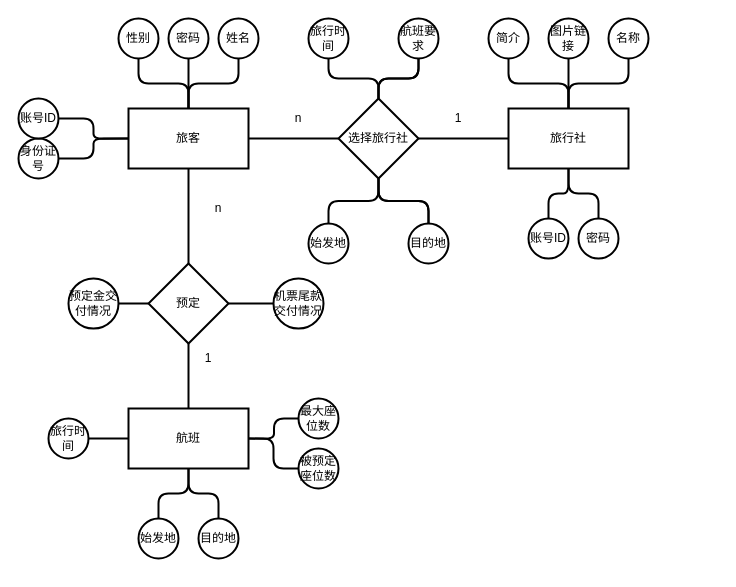
This is 第二次实验/ER图.drawio from fy-1223/FlightTicketSystem, a draw.io file, before an edit. Source tidied: cells renumbered, new cells numbered last; positions are measured from the earlier drawing's top-left corner, leaving out a move shared by most shapes. Both pictures are drawn from the tidied source at 100%, with x=0, y=0 at pixel (18, 18).
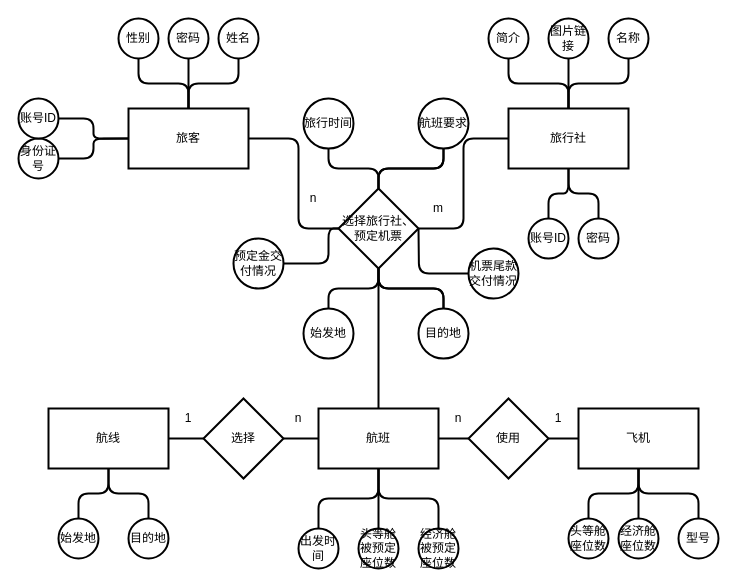
Above is the later version.

Commit message:
旅客、旅行社和航班绑定三元关系；增加航线、飞机实体

The change refers to these unchanged cells:
```xml
<mxCell id="4" value="旅客" style="rounded=0;whiteSpace=wrap;html=1;strokeWidth=2;" parent="1" vertex="1">
  <mxGeometry x="110" y="90" width="120" height="60" as="geometry" />
</mxCell>
```

Diff of the diagram source:
```diff
@@
     <mxCell id="2" style="edgeStyle=orthogonalEdgeStyle;rounded=1;jettySize=auto;html=1;entryX=0;entryY=0.5;entryDx=0;entryDy=0;endArrow=none;endFill=0;strokeWidth=2;" parent="1" edge="1" source="4" target="15">
       <mxGeometry relative="1" as="geometry">
         <Array as="points">
-          <mxPoint x="240" y="120" />
-          <mxPoint x="240" y="120" />
+          <mxPoint x="280" y="120" />
+          <mxPoint x="280" y="210" />
         </Array>
       </mxGeometry>
     </mxCell>
-    <mxCell id="3" style="edgeStyle=orthogonalEdgeStyle;rounded=1;jettySize=auto;html=1;entryX=0.5;entryY=0;entryDx=0;entryDy=0;endArrow=none;endFill=0;strokeWidth=2;" parent="1" edge="1" source="4" target="48">
-      <mxGeometry relative="1" as="geometry" />
-    </mxCell>
@@
+    <mxCell id="59" style="edgeStyle=orthogonalEdgeStyle;rounded=1;jettySize=auto;html=1;entryX=0.5;entryY=0;entryDx=0;entryDy=0;strokeWidth=2;endFill=0;endArrow=none;" parent="1" edge="1" source="7" target="70">
+      <mxGeometry relative="1" as="geometry" />
+    </mxCell>
+    <mxCell id="60" style="edgeStyle=orthogonalEdgeStyle;rounded=1;jettySize=auto;html=1;entryX=0;entryY=0.5;entryDx=0;entryDy=0;strokeWidth=2;endFill=0;endArrow=none;" parent="1" edge="1" source="7" target="73">
+      <mxGeometry relative="1" as="geometry" />
+    </mxCell>
     <mxCell id="7" value="航班" style="rounded=0;whiteSpace=wrap;html=1;strokeWidth=2;" parent="1" vertex="1">
-      <mxGeometry x="110" y="390" width="120" height="60" as="geometry" />
+      <mxGeometry x="300" y="390" width="120" height="60" as="geometry" />
     </mxCell>
@@
+    <mxCell id="61" style="edgeStyle=orthogonalEdgeStyle;rounded=1;jettySize=auto;html=1;entryX=0.5;entryY=0;entryDx=0;entryDy=0;strokeWidth=2;endFill=0;endArrow=none;" parent="1" edge="1" source="15" target="7">
+      <mxGeometry relative="1" as="geometry" />
+    </mxCell>
-    <mxCell id="15" value="选择旅行社" style="rhombus;whiteSpace=wrap;html=1;strokeWidth=2;" parent="1" vertex="1">
-      <mxGeometry x="320" y="80" width="80" height="80" as="geometry" />
+    <mxCell id="15" value="选择旅行社、&lt;br&gt;预定机票" style="rhombus;whiteSpace=wrap;html=1;strokeWidth=2;" parent="1" vertex="1">
+      <mxGeometry x="320" y="170" width="80" height="80" as="geometry" />
     </mxCell>
     <mxCell id="16" value="n" style="text;html=1;strokeColor=none;fillColor=none;align=center;verticalAlign=middle;whiteSpace=wrap;rounded=0;" parent="1" vertex="1">
-      <mxGeometry x="260" y="90" width="40" height="20" as="geometry" />
+      <mxGeometry x="275" y="170" width="40" height="20" as="geometry" />
     </mxCell>
-    <mxCell id="17" value="1" style="text;html=1;strokeColor=none;fillColor=none;align=center;verticalAlign=middle;whiteSpace=wrap;rounded=0;" parent="1" vertex="1">
-      <mxGeometry x="420" y="90" width="40" height="20" as="geometry" />
-    </mxCell>
@@
     <mxCell id="19" value="旅行时间" style="ellipse;whiteSpace=wrap;html=1;strokeWidth=2;" parent="1" vertex="1">
-      <mxGeometry x="290" width="40" height="40" as="geometry" />
+      <mxGeometry x="285" y="80" width="50" height="50" as="geometry" />
     </mxCell>
@@
     <mxCell id="22" value="始发地" style="ellipse;whiteSpace=wrap;html=1;strokeWidth=2;" parent="1" vertex="1">
-      <mxGeometry x="290" y="205" width="40" height="40" as="geometry" />
+      <mxGeometry x="285" y="290" width="50" height="50" as="geometry" />
     </mxCell>
@@
-    <mxCell id="25" style="edgeStyle=orthogonalEdgeStyle;rounded=1;jettySize=auto;html=1;entryX=0;entryY=0.5;entryDx=0;entryDy=0;endArrow=none;endFill=0;strokeWidth=2;" parent="1" edge="1" source="26" target="48">
-      <mxGeometry relative="1" as="geometry" />
-    </mxCell>
+    <mxCell id="62" style="edgeStyle=orthogonalEdgeStyle;rounded=1;jettySize=auto;html=1;strokeWidth=2;endFill=0;endArrow=none;" parent="1" edge="1" source="26" target="15">
+      <mxGeometry relative="1" as="geometry">
+        <Array as="points">
+          <mxPoint x="310" y="245" />
+          <mxPoint x="310" y="210" />
+        </Array>
+      </mxGeometry>
+    </mxCell>
     <mxCell id="26" value="预定金交付情况" style="ellipse;whiteSpace=wrap;html=1;strokeWidth=2;" parent="1" vertex="1">
-      <mxGeometry x="50" y="260" width="50" height="50" as="geometry" />
+      <mxGeometry x="215" y="220" width="50" height="50" as="geometry" />
     </mxCell>
@@
-    <mxCell id="28" style="edgeStyle=orthogonalEdgeStyle;rounded=1;jettySize=auto;html=1;entryX=1;entryY=0.5;entryDx=0;entryDy=0;endArrow=none;endFill=0;strokeWidth=2;" parent="1" edge="1" source="29" target="48">
-      <mxGeometry relative="1" as="geometry" />
-    </mxCell>
+    <mxCell id="63" style="edgeStyle=orthogonalEdgeStyle;rounded=1;jettySize=auto;html=1;strokeWidth=2;endFill=0;endArrow=none;" parent="1" edge="1" source="29">
+      <mxGeometry relative="1" as="geometry">
+        <mxPoint x="400" y="210" as="targetPoint" />
+      </mxGeometry>
+    </mxCell>
     <mxCell id="29" value="机票尾款交付情况" style="ellipse;whiteSpace=wrap;html=1;strokeWidth=2;" parent="1" vertex="1">
-      <mxGeometry x="255" y="260" width="50" height="50" as="geometry" />
+      <mxGeometry x="450" y="230" width="50" height="50" as="geometry" />
     </mxCell>
     <mxCell id="30" value="航班要求" style="ellipse;whiteSpace=wrap;html=1;strokeWidth=2;" parent="1" vertex="1">
-      <mxGeometry x="380" width="40" height="40" as="geometry" />
+      <mxGeometry x="400" y="80" width="50" height="50" as="geometry" />
     </mxCell>
     <mxCell id="31" value="目的地" style="ellipse;whiteSpace=wrap;html=1;strokeWidth=2;" parent="1" vertex="1">
-      <mxGeometry x="390" y="205" width="40" height="40" as="geometry" />
+      <mxGeometry x="400" y="290" width="50" height="50" as="geometry" />
     </mxCell>
@@
-    <mxCell id="45" style="edgeStyle=orthogonalEdgeStyle;rounded=1;jettySize=auto;html=1;entryX=0.5;entryY=1;entryDx=0;entryDy=0;endArrow=none;endFill=0;strokeWidth=2;" parent="1" edge="1" source="46" target="7">
-      <mxGeometry relative="1" as="geometry" />
-    </mxCell>
+    <mxCell id="64" style="edgeStyle=orthogonalEdgeStyle;rounded=1;jettySize=auto;html=1;entryX=0.5;entryY=1;entryDx=0;entryDy=0;strokeWidth=2;endFill=0;endArrow=none;" parent="1" edge="1" source="46" target="67">
+      <mxGeometry relative="1" as="geometry" />
+    </mxCell>
     <mxCell id="46" value="始发地" style="ellipse;whiteSpace=wrap;html=1;strokeWidth=2;" parent="1" vertex="1">
-      <mxGeometry x="120" y="500" width="40" height="40" as="geometry" />
+      <mxGeometry x="40" y="500" width="40" height="40" as="geometry" />
     </mxCell>
-    <mxCell id="47" style="edgeStyle=orthogonalEdgeStyle;rounded=1;jettySize=auto;html=1;entryX=0.5;entryY=0;entryDx=0;entryDy=0;endArrow=none;endFill=0;strokeWidth=2;" parent="1" edge="1" source="48" target="7">
-      <mxGeometry relative="1" as="geometry" />
-    </mxCell>
-    <mxCell id="48" value="预定" style="rhombus;whiteSpace=wrap;html=1;strokeWidth=2;" parent="1" vertex="1">
-      <mxGeometry x="130" y="245" width="80" height="80" as="geometry" />
-    </mxCell>
-    <mxCell id="49" value="1" style="text;html=1;strokeColor=none;fillColor=none;align=center;verticalAlign=middle;whiteSpace=wrap;rounded=0;" parent="1" vertex="1">
-      <mxGeometry x="170" y="330" width="40" height="20" as="geometry" />
-    </mxCell>
-    <mxCell id="50" value="n" style="text;html=1;strokeColor=none;fillColor=none;align=center;verticalAlign=middle;whiteSpace=wrap;rounded=0;" parent="1" vertex="1">
-      <mxGeometry x="180" y="180" width="40" height="20" as="geometry" />
+    <mxCell id="50" value="m" style="text;html=1;strokeColor=none;fillColor=none;align=center;verticalAlign=middle;whiteSpace=wrap;rounded=0;" parent="1" vertex="1">
+      <mxGeometry x="400" y="180" width="40" height="20" as="geometry" />
     </mxCell>
-    <mxCell id="51" style="edgeStyle=orthogonalEdgeStyle;rounded=1;jettySize=auto;html=1;entryX=0.5;entryY=1;entryDx=0;entryDy=0;endArrow=none;endFill=0;strokeWidth=2;" parent="1" edge="1" source="52" target="7">
-      <mxGeometry relative="1" as="geometry" />
-    </mxCell>
+    <mxCell id="65" style="edgeStyle=orthogonalEdgeStyle;rounded=1;jettySize=auto;html=1;entryX=0.5;entryY=1;entryDx=0;entryDy=0;strokeWidth=2;endFill=0;endArrow=none;" parent="1" edge="1" source="52" target="67">
+      <mxGeometry relative="1" as="geometry" />
+    </mxCell>
     <mxCell id="52" value="目的地" style="ellipse;whiteSpace=wrap;html=1;strokeWidth=2;" parent="1" vertex="1">
-      <mxGeometry x="180" y="500" width="40" height="40" as="geometry" />
+      <mxGeometry x="110" y="500" width="40" height="40" as="geometry" />
     </mxCell>
-    <mxCell id="53" style="edgeStyle=orthogonalEdgeStyle;rounded=1;jettySize=auto;html=1;entryX=0;entryY=0.5;entryDx=0;entryDy=0;endArrow=none;endFill=0;strokeWidth=2;" parent="1" edge="1" source="54" target="7">
+    <mxCell id="53" style="edgeStyle=orthogonalEdgeStyle;rounded=1;jettySize=auto;html=1;entryX=0.5;entryY=1;entryDx=0;entryDy=0;strokeWidth=2;endFill=0;endArrow=none;" parent="1" edge="1" source="54" target="7">
       <mxGeometry relative="1" as="geometry" />
     </mxCell>
-    <mxCell id="54" value="旅行时间" style="ellipse;whiteSpace=wrap;html=1;strokeWidth=2;" parent="1" vertex="1">
-      <mxGeometry x="30" y="400" width="40" height="40" as="geometry" />
+    <mxCell id="54" value="出发时间" style="ellipse;whiteSpace=wrap;html=1;strokeWidth=2;" parent="1" vertex="1">
+      <mxGeometry x="280" y="510" width="40" height="40" as="geometry" />
     </mxCell>
-    <mxCell id="55" style="edgeStyle=orthogonalEdgeStyle;rounded=1;jettySize=auto;html=1;endArrow=none;endFill=0;strokeWidth=2;" parent="1" edge="1" source="56">
-      <mxGeometry relative="1" as="geometry">
-        <mxPoint x="230" y="420" as="targetPoint" />
-      </mxGeometry>
-    </mxCell>
-    <mxCell id="56" value="最大座位数" style="ellipse;whiteSpace=wrap;html=1;strokeWidth=2;" parent="1" vertex="1">
-      <mxGeometry x="280" y="380" width="40" height="40" as="geometry" />
-    </mxCell>
-    <mxCell id="57" style="edgeStyle=orthogonalEdgeStyle;rounded=1;jettySize=auto;html=1;endArrow=none;endFill=0;strokeWidth=2;" parent="1" edge="1" source="58" target="7">
+    <mxCell id="57" style="edgeStyle=orthogonalEdgeStyle;rounded=1;jettySize=auto;html=1;entryX=0.5;entryY=1;entryDx=0;entryDy=0;strokeWidth=2;endFill=0;endArrow=none;" parent="1" edge="1" source="58" target="7">
       <mxGeometry relative="1" as="geometry" />
     </mxCell>
-    <mxCell id="58" value="被预定座位数" style="ellipse;whiteSpace=wrap;html=1;strokeWidth=2;" parent="1" vertex="1">
-      <mxGeometry x="280" y="430" width="40" height="40" as="geometry" />
+    <mxCell id="58" value="头等舱被预定座位数" style="ellipse;whiteSpace=wrap;html=1;strokeWidth=2;" parent="1" vertex="1">
+      <mxGeometry x="340" y="510" width="40" height="40" as="geometry" />
     </mxCell>
+    <mxCell id="66" style="edgeStyle=orthogonalEdgeStyle;rounded=1;jettySize=auto;html=1;entryX=0;entryY=0.5;entryDx=0;entryDy=0;strokeWidth=2;endFill=0;endArrow=none;" parent="1" edge="1" source="67" target="69">
+      <mxGeometry relative="1" as="geometry" />
+    </mxCell>
+    <mxCell id="67" value="航线" style="rounded=0;whiteSpace=wrap;html=1;strokeWidth=2;" parent="1" vertex="1">
+      <mxGeometry x="30" y="390" width="120" height="60" as="geometry" />
+    </mxCell>
+    <mxCell id="68" style="edgeStyle=orthogonalEdgeStyle;rounded=1;jettySize=auto;html=1;entryX=0;entryY=0.5;entryDx=0;entryDy=0;strokeWidth=2;endFill=0;endArrow=none;" parent="1" edge="1" source="69" target="7">
+      <mxGeometry relative="1" as="geometry" />
+    </mxCell>
+    <mxCell id="69" value="选择" style="rhombus;whiteSpace=wrap;html=1;strokeWidth=2;" parent="1" vertex="1">
+      <mxGeometry x="185" y="380" width="80" height="80" as="geometry" />
+    </mxCell>
+    <mxCell id="70" value="经济舱被预定座位数" style="ellipse;whiteSpace=wrap;html=1;strokeWidth=2;" parent="1" vertex="1">
+      <mxGeometry x="400" y="510" width="40" height="40" as="geometry" />
+    </mxCell>
+    <mxCell id="71" value="飞机" style="rounded=0;whiteSpace=wrap;html=1;strokeWidth=2;" parent="1" vertex="1">
+      <mxGeometry x="560" y="390" width="120" height="60" as="geometry" />
+    </mxCell>
+    <mxCell id="72" style="edgeStyle=orthogonalEdgeStyle;rounded=1;jettySize=auto;html=1;entryX=0;entryY=0.5;entryDx=0;entryDy=0;strokeWidth=2;endFill=0;endArrow=none;" parent="1" edge="1" source="73" target="71">
+      <mxGeometry relative="1" as="geometry" />
+    </mxCell>
+    <mxCell id="73" value="使用" style="rhombus;whiteSpace=wrap;html=1;strokeWidth=2;" parent="1" vertex="1">
+      <mxGeometry x="450" y="380" width="80" height="80" as="geometry" />
+    </mxCell>
+    <mxCell id="74" value="n" style="text;html=1;strokeColor=none;fillColor=none;align=center;verticalAlign=middle;whiteSpace=wrap;rounded=0;" parent="1" vertex="1">
+      <mxGeometry x="260" y="390" width="40" height="20" as="geometry" />
+    </mxCell>
+    <mxCell id="75" value="1" style="text;html=1;strokeColor=none;fillColor=none;align=center;verticalAlign=middle;whiteSpace=wrap;rounded=0;" parent="1" vertex="1">
+      <mxGeometry x="150" y="390" width="40" height="20" as="geometry" />
+    </mxCell>
+    <mxCell id="76" style="edgeStyle=orthogonalEdgeStyle;rounded=1;jettySize=auto;html=1;entryX=0.5;entryY=1;entryDx=0;entryDy=0;strokeWidth=2;endFill=0;endArrow=none;" parent="1" edge="1" source="77" target="71">
+      <mxGeometry relative="1" as="geometry" />
+    </mxCell>
+    <mxCell id="77" value="头等舱座位数" style="ellipse;whiteSpace=wrap;html=1;strokeWidth=2;" parent="1" vertex="1">
+      <mxGeometry x="550" y="500" width="40" height="40" as="geometry" />
+    </mxCell>
+    <mxCell id="78" style="edgeStyle=orthogonalEdgeStyle;rounded=1;jettySize=auto;html=1;strokeWidth=2;endFill=0;endArrow=none;" parent="1" edge="1" source="79">
+      <mxGeometry relative="1" as="geometry">
+        <mxPoint x="620" y="450" as="targetPoint" />
+      </mxGeometry>
+    </mxCell>
+    <mxCell id="79" value="经济舱座位数" style="ellipse;whiteSpace=wrap;html=1;strokeWidth=2;" parent="1" vertex="1">
+      <mxGeometry x="600" y="500" width="40" height="40" as="geometry" />
+    </mxCell>
+    <mxCell id="80" style="edgeStyle=orthogonalEdgeStyle;rounded=1;jettySize=auto;html=1;entryX=0.5;entryY=1;entryDx=0;entryDy=0;strokeWidth=2;endFill=0;endArrow=none;" parent="1" edge="1" source="81" target="71">
+      <mxGeometry relative="1" as="geometry" />
+    </mxCell>
+    <mxCell id="81" value="型号" style="ellipse;whiteSpace=wrap;html=1;strokeWidth=2;" parent="1" vertex="1">
+      <mxGeometry x="660" y="500" width="40" height="40" as="geometry" />
+    </mxCell>
+    <mxCell id="82" value="1" style="text;html=1;strokeColor=none;fillColor=none;align=center;verticalAlign=middle;whiteSpace=wrap;rounded=0;" parent="1" vertex="1">
+      <mxGeometry x="520" y="390" width="40" height="20" as="geometry" />
+    </mxCell>
+    <mxCell id="83" value="n" style="text;html=1;strokeColor=none;fillColor=none;align=center;verticalAlign=middle;whiteSpace=wrap;rounded=0;" parent="1" vertex="1">
+      <mxGeometry x="420" y="390" width="40" height="20" as="geometry" />
+    </mxCell>
```
